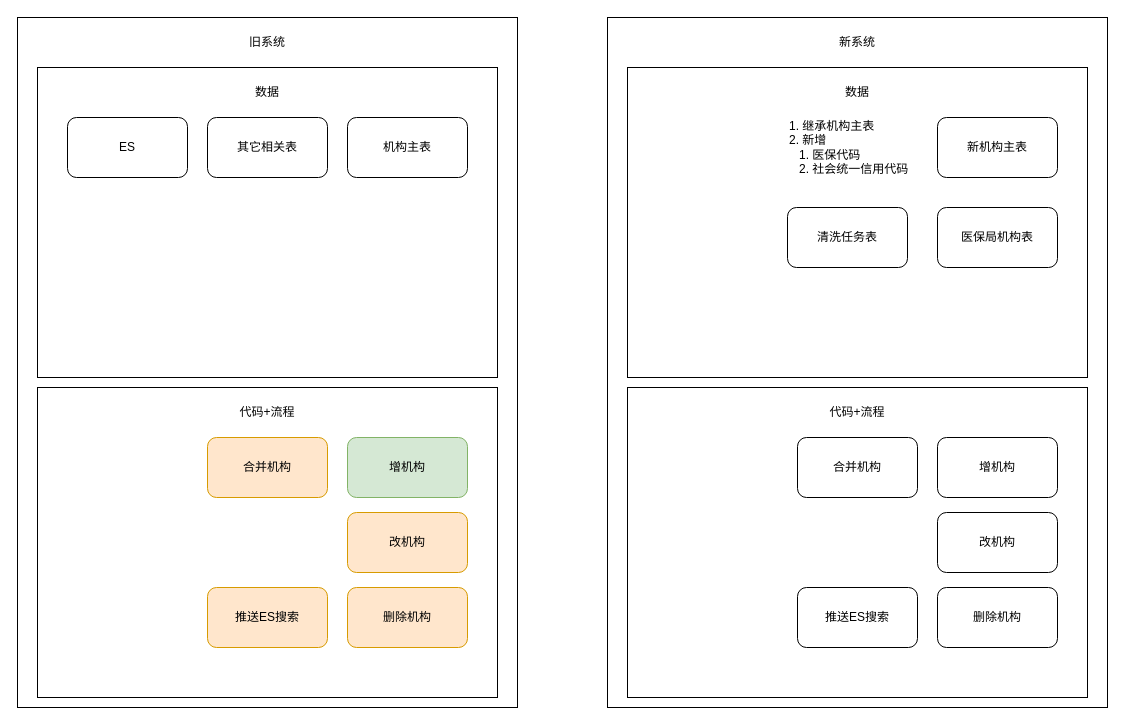
Before: 知识库.drawio in XiaoLiuAI/diagrams, a draw.io diagram. Source tidied: cells renumbered, new cells numbered last; positions are measured from the earlier drawing's top-left corner, leaving out a move shared by most shapes. Both pictures are drawn from the tidied source at 100%, with x=0, y=0 at pixel (17, 17).
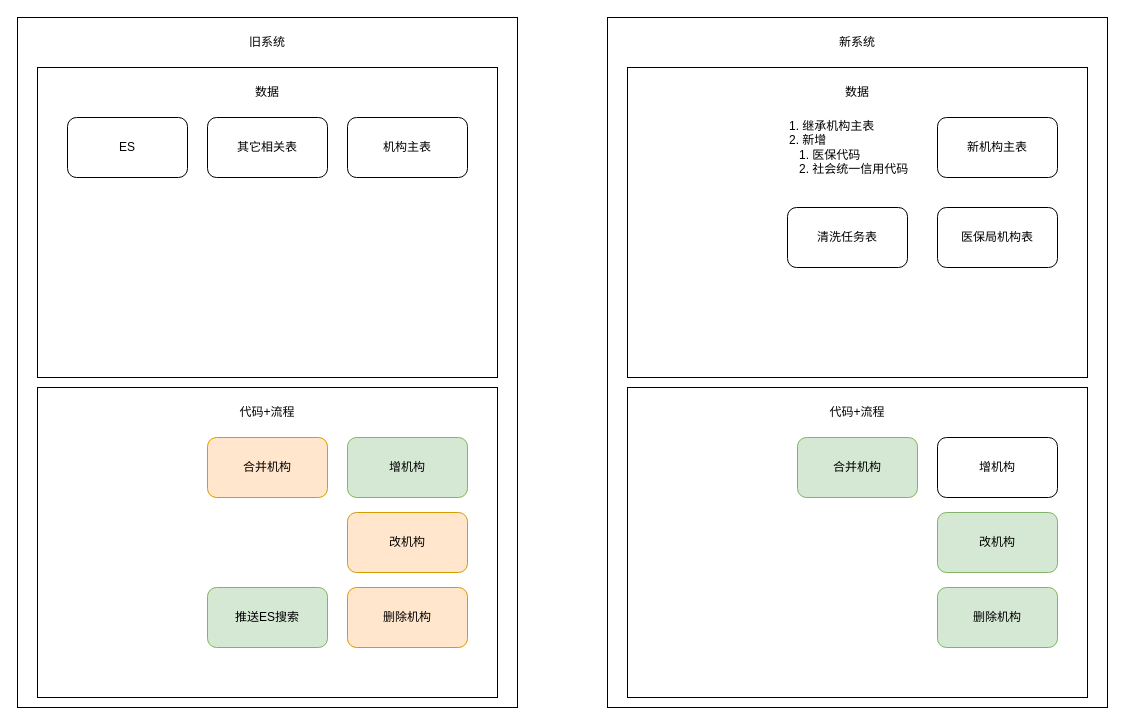
Above is the later version.

Commit message (it also covers changes not shown here):
更新知识库.drawio

What changed in the source:
```diff
@@
-    <mxCell id="13" value="推送ES搜索" style="rounded=1;whiteSpace=wrap;html=1;fillColor=#ffe6cc;strokeColor=#d79b00;" parent="1" vertex="1">
+    <mxCell id="13" value="推送ES搜索" style="rounded=1;whiteSpace=wrap;html=1;fillColor=#d5e8d4;strokeColor=#82b366;" parent="1" vertex="1">
       <mxGeometry x="190" y="570" width="120" height="60" as="geometry" />
     </mxCell>
@@
-    <mxCell id="24" value="改机构" style="rounded=1;whiteSpace=wrap;html=1;" parent="1" vertex="1">
+    <mxCell id="24" value="改机构" style="rounded=1;whiteSpace=wrap;html=1;fillColor=#d5e8d4;strokeColor=#82b366;" parent="1" vertex="1">
       <mxGeometry x="920" y="495" width="120" height="60" as="geometry" />
     </mxCell>
-    <mxCell id="25" value="删除机构" style="rounded=1;whiteSpace=wrap;html=1;" parent="1" vertex="1">
+    <mxCell id="25" value="删除机构" style="rounded=1;whiteSpace=wrap;html=1;fillColor=#d5e8d4;strokeColor=#82b366;" parent="1" vertex="1">
       <mxGeometry x="920" y="570" width="120" height="60" as="geometry" />
     </mxCell>
-    <mxCell id="26" value="合并机构" style="rounded=1;whiteSpace=wrap;html=1;" parent="1" vertex="1">
+    <mxCell id="26" value="合并机构" style="rounded=1;whiteSpace=wrap;html=1;fillColor=#d5e8d4;strokeColor=#82b366;" parent="1" vertex="1">
       <mxGeometry x="780" y="420" width="120" height="60" as="geometry" />
     </mxCell>
-    <mxCell id="27" value="推送ES搜索" style="rounded=1;whiteSpace=wrap;html=1;" parent="1" vertex="1">
-      <mxGeometry x="780" y="570" width="120" height="60" as="geometry" />
-    </mxCell>
```
